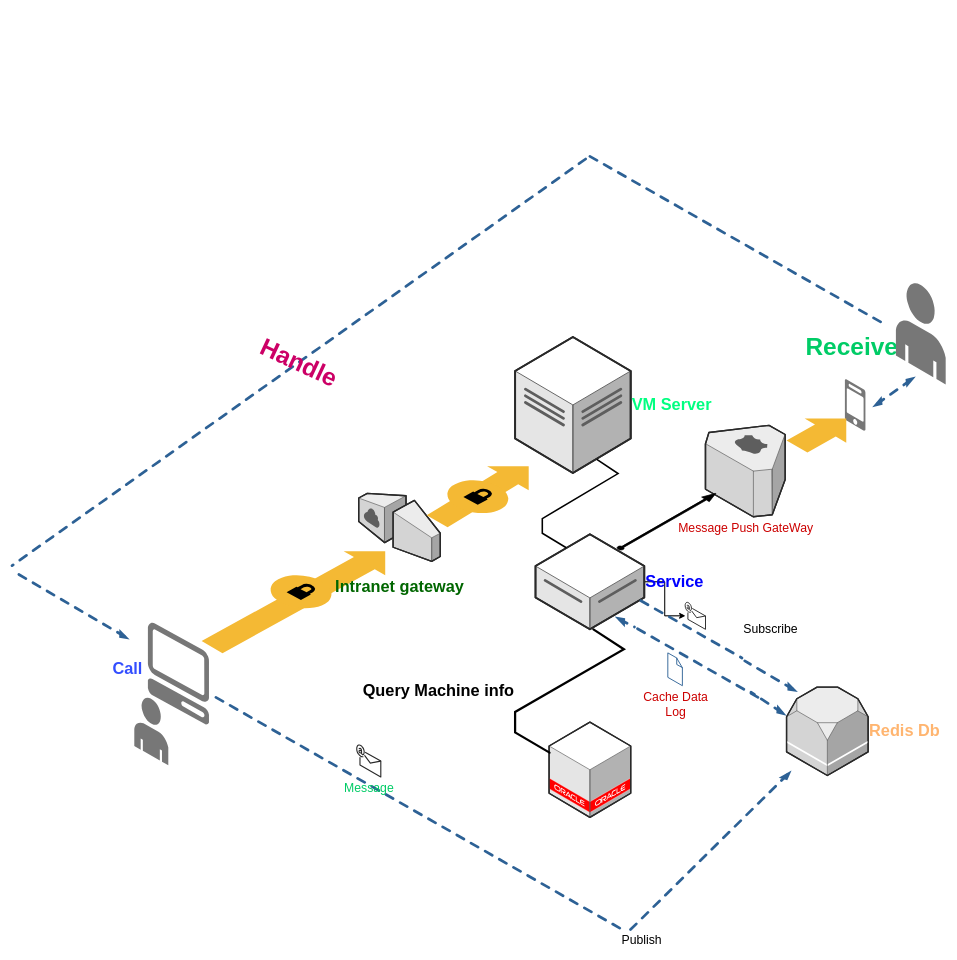
gywei/Dram keeps this draw.io diagram as 未命名绘图.drawio. Above is the earlier version. Source tidied: cells renumbered, new cells numbered last; positions are measured from the earlier drawing's top-left corner, leaving out a move shared by most shapes. Both pictures are drawn from the tidied source at 68%, with x=0, y=0 at pixel (39, 56).
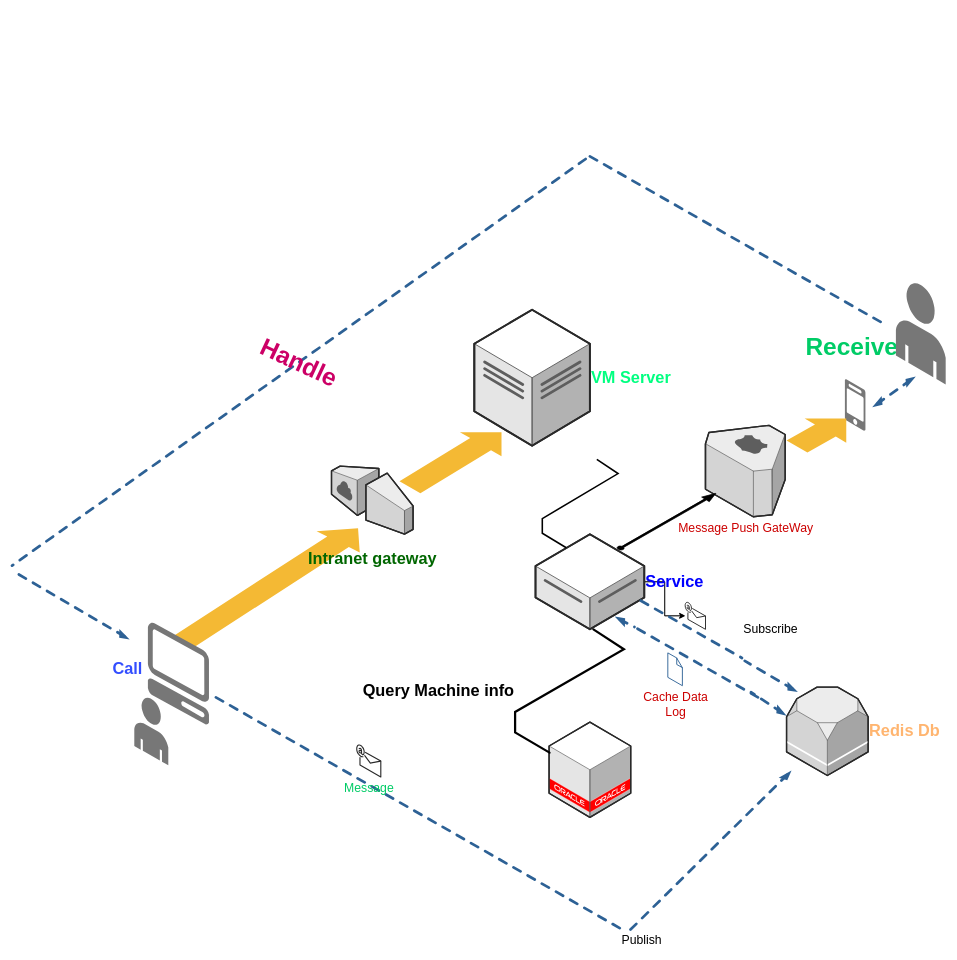
The same page after the edit.

Commit message (it also covers changes not shown here):
更新未命名绘图.drawio

Diff of the diagram source:
```diff
@@
+    <mxCell id="4" style="verticalLabelPosition=bottom;html=1;verticalAlign=top;strokeWidth=1;align=center;dashed=0;shape=mxgraph.aws3d.flatEdge2;strokeColor=none;fillColor=#F4B934;rotation=356;" parent="1" vertex="1">
+      <mxGeometry x="190.7" y="703.2" width="284.2" height="157.9" as="geometry" />
+    </mxCell>
@@
-    <mxCell id="4" style="verticalLabelPosition=bottom;html=1;verticalAlign=top;strokeWidth=1;align=center;dashed=0;shape=mxgraph.aws3d.flatEdge2;strokeColor=none;fillColor=#F4B934;" parent="1" vertex="1">
-      <mxGeometry x="239" y="727" width="270" height="150" as="geometry" />
-    </mxCell>
     <mxCell id="5" value="&lt;h1&gt;&lt;font color=&quot;#006600&quot;&gt;Intranet gateway&lt;/font&gt;&lt;/h1&gt;" style="verticalLabelPosition=bottom;html=1;verticalAlign=top;strokeWidth=1;align=center;dashed=0;shape=mxgraph.aws3d.internetGateway;fillColor=#ECECEC;strokeColor=#5E5E5E;direction=east;flipH=1;" parent="1" vertex="1">
-      <mxGeometry x="470" y="642" width="120" height="100" as="geometry" />
+      <mxGeometry x="430" y="602" width="120" height="100" as="geometry" />
     </mxCell>
-    <mxCell id="6" style="verticalLabelPosition=bottom;html=1;verticalAlign=top;strokeWidth=1;align=center;dashed=0;shape=mxgraph.aws3d.secureConnection;fillColor=#F4B934;strokeColor=none;fontFamily=Helvetica;fontSize=12;fontColor=default;" parent="1" vertex="1">
-      <mxGeometry x="340" y="762" width="90" height="50" as="geometry" />
-    </mxCell>
@@
     <mxCell id="10" style="verticalLabelPosition=bottom;html=1;verticalAlign=top;strokeWidth=1;align=center;dashed=0;shape=mxgraph.aws3d.flatEdge2;strokeColor=none;fillColor=#F4B934;" parent="1" vertex="1">
-      <mxGeometry x="570" y="602" width="150" height="90" as="geometry" />
+      <mxGeometry x="530" y="552" width="150" height="90" as="geometry" />
     </mxCell>
     <mxCell id="11" value="&lt;h1&gt;&lt;font color=&quot;#00ff80&quot;&gt;VM Server&lt;/font&gt;&lt;/h1&gt;" style="verticalLabelPosition=middle;html=1;verticalAlign=middle;strokeWidth=1;align=left;dashed=0;shape=mxgraph.aws3d.dataCenter;strokeColor=#5E5E5E;labelPosition=right;" parent="1" vertex="1">
-      <mxGeometry x="700" y="412" width="170" height="200" as="geometry" />
+      <mxGeometry x="640" y="372" width="170" height="200" as="geometry" />
     </mxCell>
@@
-    <mxCell id="18" style="verticalLabelPosition=bottom;html=1;verticalAlign=top;strokeWidth=1;align=center;dashed=0;shape=mxgraph.aws3d.secureConnection;fillColor=#F4B934;strokeColor=none;fontFamily=Helvetica;fontSize=12;fontColor=default;" parent="1" vertex="1">
-      <mxGeometry x="600" y="622" width="90" height="50" as="geometry" />
-    </mxCell>
```
